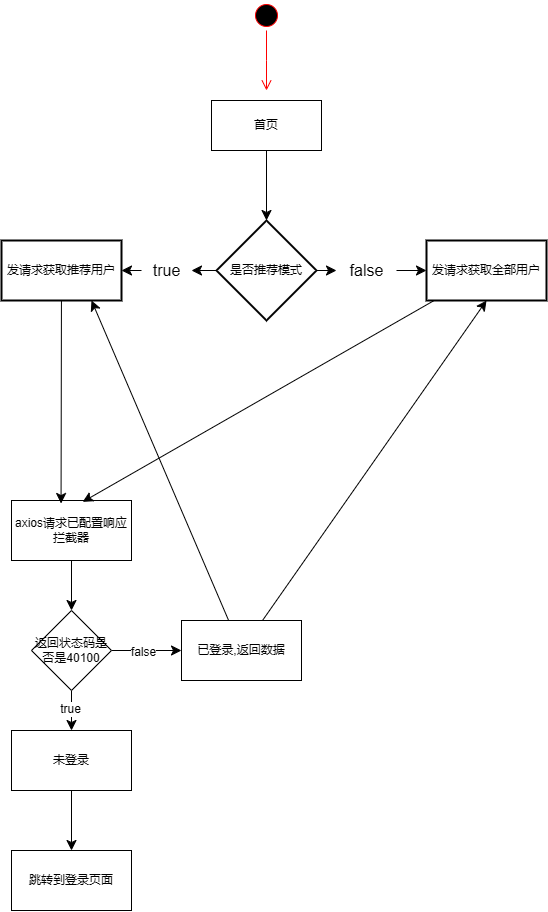
This is 觅知音.drawio.png from calmthinke/notePic, a draw.io export, as it was before one commit. Source tidied: cells renumbered, new cells last; positions are measured from the earlier drawing's top-left corner, leaving out a move shared by most shapes. The source it was exported from:
```xml
<mxGraphModel>
  <root>
    <mxCell id="0" />
    <mxCell id="1" parent="0" />
    <mxCell id="2" style="ellipse;html=1;shape=startState;fillColor=#000000;strokeColor=#ff0000;" parent="1" vertex="1">
      <mxGeometry x="250" width="30" height="30" as="geometry" />
    </mxCell>
    <mxCell id="3" style="edgeStyle=orthogonalEdgeStyle;html=1;verticalAlign=bottom;endArrow=open;endSize=8;strokeColor=#ff0000;rounded=0;fontSize=12;curved=1;" parent="1" edge="1" source="2">
      <mxGeometry relative="1" as="geometry">
        <mxPoint x="265" y="90" as="targetPoint" />
      </mxGeometry>
    </mxCell>
    <mxCell id="4" style="edgeStyle=none;curved=1;rounded=0;jettySize=auto;html=1;fontSize=12;startSize=8;endSize=8;" parent="1" edge="1" source="5" target="8">
      <mxGeometry relative="1" as="geometry" />
    </mxCell>
    <mxCell id="5" value="首页" style="html=1;whiteSpace=wrap;" parent="1" vertex="1">
      <mxGeometry x="210" y="100" width="110" height="50" as="geometry" />
    </mxCell>
    <mxCell id="6" style="edgeStyle=none;curved=1;rounded=0;jettySize=auto;html=1;fontSize=12;startSize=8;endSize=8;" parent="1" edge="1" source="14" target="9">
      <mxGeometry relative="1" as="geometry" />
    </mxCell>
    <mxCell id="7" style="edgeStyle=none;curved=1;rounded=0;jettySize=auto;html=1;fontSize=12;startSize=8;endSize=8;" parent="1" edge="1" source="12" target="10">
      <mxGeometry relative="1" as="geometry" />
    </mxCell>
    <mxCell id="8" value="是否推荐模式" style="strokeWidth=2;html=1;shape=mxgraph.flowchart.decision;whiteSpace=wrap;" parent="1" vertex="1">
      <mxGeometry x="215" y="220" width="100" height="100" as="geometry" />
    </mxCell>
    <mxCell id="9" value="发请求获取全部用户" style="whiteSpace=wrap;html=1;strokeWidth=2;" parent="1" vertex="1">
      <mxGeometry x="425" y="240" width="120" height="60" as="geometry" />
    </mxCell>
    <mxCell id="10" value="发请求获取推荐用户" style="whiteSpace=wrap;html=1;strokeWidth=2;" parent="1" vertex="1">
      <mxGeometry y="240" width="120" height="60" as="geometry" />
    </mxCell>
    <mxCell id="11" style="edgeStyle=none;curved=1;rounded=0;jettySize=auto;html=1;fontSize=12;startSize=8;endSize=8;" parent="1" edge="1" source="8" target="12">
      <mxGeometry relative="1" as="geometry" />
    </mxCell>
    <mxCell id="12" value="true" style="text;html=1;align=center;verticalAlign=middle;points=[];strokeColor=none;fillColor=none;fontSize=16;" parent="1" vertex="1">
      <mxGeometry x="140" y="255" width="50" height="30" as="geometry" />
    </mxCell>
    <mxCell id="13" style="edgeStyle=none;curved=1;rounded=0;jettySize=auto;html=1;fontSize=12;startSize=8;endSize=8;" parent="1" edge="1" source="8" target="14">
      <mxGeometry relative="1" as="geometry" />
    </mxCell>
    <mxCell id="14" value="false" style="text;html=1;align=center;verticalAlign=middle;points=[];strokeColor=none;fillColor=none;fontSize=16;" parent="1" vertex="1">
      <mxGeometry x="335" y="255" width="60" height="30" as="geometry" />
    </mxCell>
    <mxCell id="15" style="edgeStyle=none;curved=1;rounded=0;jettySize=auto;html=1;fontSize=12;startSize=8;endSize=8;" parent="1" edge="1" source="16" target="21">
      <mxGeometry relative="1" as="geometry" />
    </mxCell>
    <mxCell id="16" value="axios请求已配置响应拦截器" style="rounded=0;whiteSpace=wrap;html=1;" parent="1" vertex="1">
      <mxGeometry x="10" y="500" width="120" height="60" as="geometry" />
    </mxCell>
    <mxCell id="17" style="edgeStyle=none;curved=1;rounded=0;jettySize=auto;html=1;fontSize=12;startSize=8;endSize=8;" parent="1" edge="1" source="21" target="24">
      <mxGeometry relative="1" as="geometry" />
    </mxCell>
    <mxCell id="18" value="false" style="edgeLabel;html=1;align=center;verticalAlign=middle;fontSize=12;" parent="17" vertex="1">
      <mxGeometry x="-0.12" y="-1" relative="1" as="geometry" />
    </mxCell>
    <mxCell id="19" style="edgeStyle=none;curved=1;rounded=0;jettySize=auto;html=1;fontSize=12;startSize=8;endSize=8;" parent="1" edge="1" source="21" target="26">
      <mxGeometry relative="1" as="geometry" />
    </mxCell>
    <mxCell id="20" value="true" style="edgeLabel;html=1;align=center;verticalAlign=middle;fontSize=12;" parent="19" vertex="1">
      <mxGeometry x="-0.05" y="-2" relative="1" as="geometry" />
    </mxCell>
    <mxCell id="21" value="返回状态码是否是40100" style="rhombus;whiteSpace=wrap;html=1;rounded=0;" parent="1" vertex="1">
      <mxGeometry x="30" y="610" width="80" height="80" as="geometry" />
    </mxCell>
    <mxCell id="22" style="edgeStyle=none;curved=1;rounded=0;jettySize=auto;html=1;entryX=0.5;entryY=1;entryDx=0;entryDy=0;fontSize=12;startSize=8;endSize=8;" parent="1" edge="1" source="24" target="9">
      <mxGeometry relative="1" as="geometry" />
    </mxCell>
    <mxCell id="23" style="edgeStyle=none;curved=1;rounded=0;jettySize=auto;html=1;entryX=0.75;entryY=1;entryDx=0;entryDy=0;fontSize=12;startSize=8;endSize=8;" parent="1" edge="1" source="24" target="10">
      <mxGeometry relative="1" as="geometry" />
    </mxCell>
    <mxCell id="24" value="已登录,返回数据" style="whiteSpace=wrap;html=1;rounded=0;" parent="1" vertex="1">
      <mxGeometry x="180" y="620" width="120" height="60" as="geometry" />
    </mxCell>
    <mxCell id="25" style="edgeStyle=none;curved=1;rounded=0;jettySize=auto;html=1;fontSize=12;startSize=8;endSize=8;" parent="1" edge="1" source="26" target="29">
      <mxGeometry relative="1" as="geometry" />
    </mxCell>
    <mxCell id="26" value="未登录" style="whiteSpace=wrap;html=1;rounded=0;" parent="1" vertex="1">
      <mxGeometry x="10" y="730" width="120" height="60" as="geometry" />
    </mxCell>
    <mxCell id="27" style="edgeStyle=none;curved=1;rounded=0;jettySize=auto;html=1;entryX=0.593;entryY=0.023;entryDx=0;entryDy=0;entryPerimeter=0;fontSize=12;startSize=8;endSize=8;" parent="1" edge="1" source="9" target="16">
      <mxGeometry relative="1" as="geometry" />
    </mxCell>
    <mxCell id="28" style="edgeStyle=none;curved=1;rounded=0;jettySize=auto;html=1;entryX=0.413;entryY=0.05;entryDx=0;entryDy=0;entryPerimeter=0;fontSize=12;startSize=8;endSize=8;" parent="1" edge="1" source="10" target="16">
      <mxGeometry relative="1" as="geometry" />
    </mxCell>
    <mxCell id="29" value="跳转到登录页面" style="whiteSpace=wrap;html=1;rounded=0;" parent="1" vertex="1">
      <mxGeometry x="10" y="850" width="120" height="60" as="geometry" />
    </mxCell>
  </root>
</mxGraphModel>
```
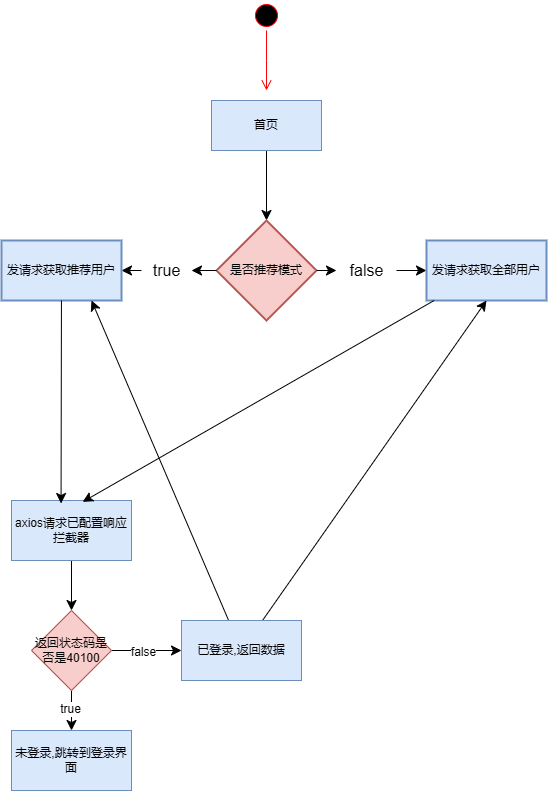
After the change.

Commit message:
更新觅知音.drawio.png

The edit, as a diff of the source:
```diff
@@ -13,7 +13,7 @@
     <mxCell id="4" style="edgeStyle=none;curved=1;rounded=0;jettySize=auto;html=1;fontSize=12;startSize=8;endSize=8;" parent="1" edge="1" source="5" target="8">
       <mxGeometry relative="1" as="geometry" />
     </mxCell>
-    <mxCell id="5" value="首页" style="html=1;whiteSpace=wrap;" parent="1" vertex="1">
+    <mxCell id="5" value="首页" style="html=1;whiteSpace=wrap;fillColor=#dae8fc;strokeColor=#6c8ebf;" parent="1" vertex="1">
       <mxGeometry x="210" y="100" width="110" height="50" as="geometry" />
     </mxCell>
     <mxCell id="6" style="edgeStyle=none;curved=1;rounded=0;jettySize=auto;html=1;fontSize=12;startSize=8;endSize=8;" parent="1" edge="1" source="14" target="9">
@@ -22,13 +22,13 @@
     <mxCell id="7" style="edgeStyle=none;curved=1;rounded=0;jettySize=auto;html=1;fontSize=12;startSize=8;endSize=8;" parent="1" edge="1" source="12" target="10">
       <mxGeometry relative="1" as="geometry" />
     </mxCell>
-    <mxCell id="8" value="是否推荐模式" style="strokeWidth=2;html=1;shape=mxgraph.flowchart.decision;whiteSpace=wrap;" parent="1" vertex="1">
+    <mxCell id="8" value="是否推荐模式" style="strokeWidth=2;html=1;shape=mxgraph.flowchart.decision;whiteSpace=wrap;fillColor=#f8cecc;strokeColor=#b85450;" parent="1" vertex="1">
       <mxGeometry x="215" y="220" width="100" height="100" as="geometry" />
     </mxCell>
-    <mxCell id="9" value="发请求获取全部用户" style="whiteSpace=wrap;html=1;strokeWidth=2;" parent="1" vertex="1">
+    <mxCell id="9" value="发请求获取全部用户" style="whiteSpace=wrap;html=1;strokeWidth=2;fillColor=#dae8fc;strokeColor=#6c8ebf;" parent="1" vertex="1">
       <mxGeometry x="425" y="240" width="120" height="60" as="geometry" />
     </mxCell>
-    <mxCell id="10" value="发请求获取推荐用户" style="whiteSpace=wrap;html=1;strokeWidth=2;" parent="1" vertex="1">
+    <mxCell id="10" value="发请求获取推荐用户" style="whiteSpace=wrap;html=1;strokeWidth=2;fillColor=#dae8fc;strokeColor=#6c8ebf;" parent="1" vertex="1">
       <mxGeometry y="240" width="120" height="60" as="geometry" />
     </mxCell>
     <mxCell id="11" style="edgeStyle=none;curved=1;rounded=0;jettySize=auto;html=1;fontSize=12;startSize=8;endSize=8;" parent="1" edge="1" source="8" target="12">
@@ -46,7 +46,7 @@
     <mxCell id="15" style="edgeStyle=none;curved=1;rounded=0;jettySize=auto;html=1;fontSize=12;startSize=8;endSize=8;" parent="1" edge="1" source="16" target="21">
       <mxGeometry relative="1" as="geometry" />
     </mxCell>
-    <mxCell id="16" value="axios请求已配置响应拦截器" style="rounded=0;whiteSpace=wrap;html=1;" parent="1" vertex="1">
+    <mxCell id="16" value="axios请求已配置响应拦截器" style="rounded=0;whiteSpace=wrap;html=1;fillColor=#dae8fc;strokeColor=#6c8ebf;" parent="1" vertex="1">
       <mxGeometry x="10" y="500" width="120" height="60" as="geometry" />
     </mxCell>
     <mxCell id="17" style="edgeStyle=none;curved=1;rounded=0;jettySize=auto;html=1;fontSize=12;startSize=8;endSize=8;" parent="1" edge="1" source="21" target="24">
@@ -61,7 +61,7 @@
     <mxCell id="20" value="true" style="edgeLabel;html=1;align=center;verticalAlign=middle;fontSize=12;" parent="19" vertex="1">
       <mxGeometry x="-0.05" y="-2" relative="1" as="geometry" />
     </mxCell>
-    <mxCell id="21" value="返回状态码是否是40100" style="rhombus;whiteSpace=wrap;html=1;rounded=0;" parent="1" vertex="1">
+    <mxCell id="21" value="返回状态码是否是40100" style="rhombus;whiteSpace=wrap;html=1;rounded=0;fillColor=#f8cecc;strokeColor=#b85450;" parent="1" vertex="1">
       <mxGeometry x="30" y="610" width="80" height="80" as="geometry" />
     </mxCell>
     <mxCell id="22" style="edgeStyle=none;curved=1;rounded=0;jettySize=auto;html=1;entryX=0.5;entryY=1;entryDx=0;entryDy=0;fontSize=12;startSize=8;endSize=8;" parent="1" edge="1" source="24" target="9">
@@ -70,13 +70,10 @@
     <mxCell id="23" style="edgeStyle=none;curved=1;rounded=0;jettySize=auto;html=1;entryX=0.75;entryY=1;entryDx=0;entryDy=0;fontSize=12;startSize=8;endSize=8;" parent="1" edge="1" source="24" target="10">
       <mxGeometry relative="1" as="geometry" />
     </mxCell>
-    <mxCell id="24" value="已登录,返回数据" style="whiteSpace=wrap;html=1;rounded=0;" parent="1" vertex="1">
+    <mxCell id="24" value="已登录,返回数据" style="whiteSpace=wrap;html=1;rounded=0;fillColor=#dae8fc;strokeColor=#6c8ebf;" parent="1" vertex="1">
       <mxGeometry x="180" y="620" width="120" height="60" as="geometry" />
     </mxCell>
-    <mxCell id="25" style="edgeStyle=none;curved=1;rounded=0;jettySize=auto;html=1;fontSize=12;startSize=8;endSize=8;" parent="1" edge="1" source="26" target="29">
-      <mxGeometry relative="1" as="geometry" />
-    </mxCell>
-    <mxCell id="26" value="未登录" style="whiteSpace=wrap;html=1;rounded=0;" parent="1" vertex="1">
+    <mxCell id="26" value="未登录,跳转到登录界面" style="whiteSpace=wrap;html=1;rounded=0;fillColor=#dae8fc;strokeColor=#6c8ebf;" parent="1" vertex="1">
       <mxGeometry x="10" y="730" width="120" height="60" as="geometry" />
     </mxCell>
     <mxCell id="27" style="edgeStyle=none;curved=1;rounded=0;jettySize=auto;html=1;entryX=0.593;entryY=0.023;entryDx=0;entryDy=0;entryPerimeter=0;fontSize=12;startSize=8;endSize=8;" parent="1" edge="1" source="9" target="16">
@@ -85,8 +82,5 @@
     <mxCell id="28" style="edgeStyle=none;curved=1;rounded=0;jettySize=auto;html=1;entryX=0.413;entryY=0.05;entryDx=0;entryDy=0;entryPerimeter=0;fontSize=12;startSize=8;endSize=8;" parent="1" edge="1" source="10" target="16">
       <mxGeometry relative="1" as="geometry" />
     </mxCell>
-    <mxCell id="29" value="跳转到登录页面" style="whiteSpace=wrap;html=1;rounded=0;" parent="1" vertex="1">
-      <mxGeometry x="10" y="850" width="120" height="60" as="geometry" />
-    </mxCell>
   </root>
 </mxGraphModel>
```
